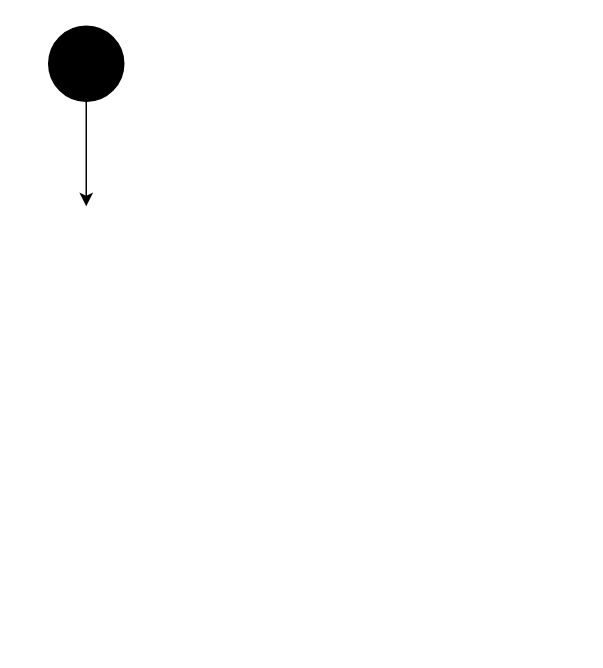
The draw.io diagram Untitled Diagram.drawio in JoSch398/java-junit-template-project, before the edit. Source tidied: cells renumbered, new cells numbered last; positions are measured from the earlier drawing's top-left corner, leaving out a move shared by most shapes. Both pictures are drawn from the tidied source at 150%, with x=0, y=0 at pixel (48, 26).
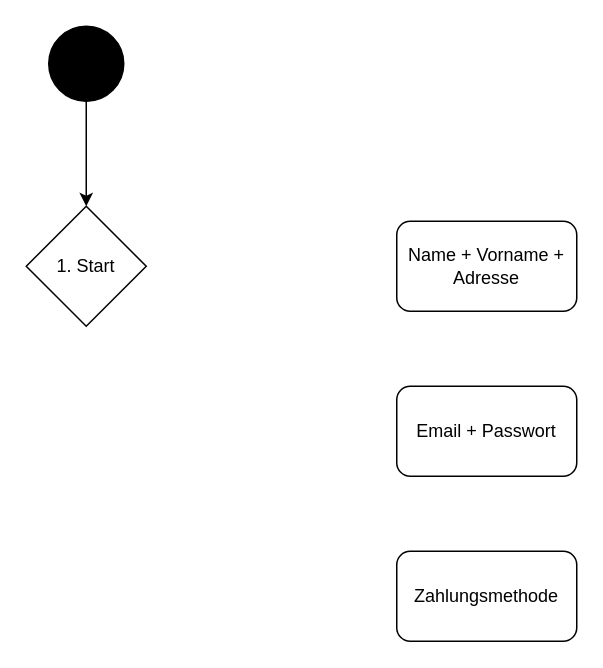
After the change.

Change to the diagram source:
```diff
@@
 <mxGraphModel>
   <root>
     <mxCell id="0" />
     <mxCell id="1" parent="0" />
     <mxCell id="2" style="ellipse;whiteSpace=wrap;html=1;fillColor=#000000;" parent="1" vertex="1">
       <mxGeometry width="50" height="50" as="geometry" />
     </mxCell>
     <mxCell id="3" style="endArrow=classic;html=1;" parent="1" edge="1">
       <mxGeometry relative="1" as="geometry">
         <mxPoint x="25" y="50" as="sourcePoint" />
         <mxPoint x="25" y="120" as="targetPoint" />
       </mxGeometry>
     </mxCell>
+    <mxCell id="4" value="1. Start" style="rhombus;whiteSpace=wrap;html=1;fillColor=#FFFFFF;" parent="1" vertex="1">
+      <mxGeometry x="-15" y="120" width="80" height="80" as="geometry" />
+    </mxCell>
+    <mxCell id="5" value="Name + Vorname + Adresse" style="rounded=1;whiteSpace=wrap;html=1;fillColor=#FFFFFF;" parent="1" vertex="1">
+      <mxGeometry x="232" y="130" width="120" height="60" as="geometry" />
+    </mxCell>
+    <mxCell id="6" value="Email + Passwort" style="rounded=1;whiteSpace=wrap;html=1;fillColor=#FFFFFF;" parent="1" vertex="1">
+      <mxGeometry x="232" y="240" width="120" height="60" as="geometry" />
+    </mxCell>
+    <mxCell id="7" value="Zahlungsmethode" style="rounded=1;whiteSpace=wrap;html=1;fillColor=#FFFFFF;" parent="1" vertex="1">
+      <mxGeometry x="232" y="350" width="120" height="60" as="geometry" />
+    </mxCell>
   </root>
 </mxGraphModel>
```
